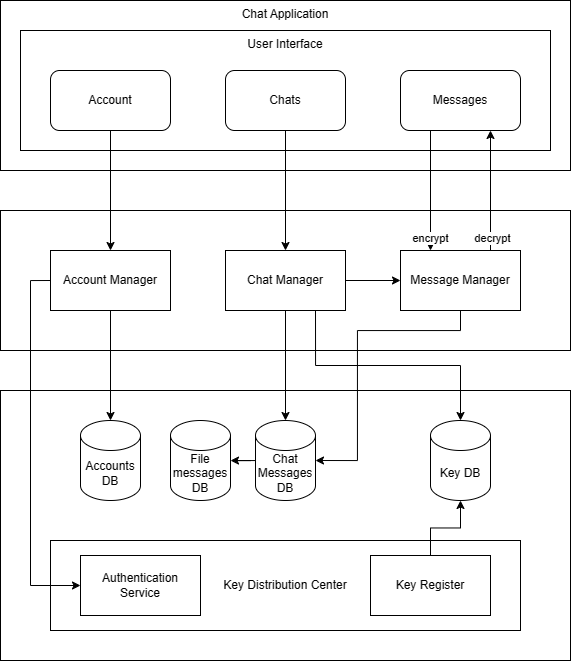
Earlier version of the draw.io export D2/architecture_diagram.drawio.png (SumanyaG/3A04). Source tidied: cells renumbered, new cells last; positions are measured from the earlier drawing's top-left corner, leaving out a move shared by most shapes. The source it was exported from:
```xml
<mxGraphModel>
  <root>
    <mxCell id="0" />
    <mxCell id="1" parent="0" />
    <mxCell id="2" style="rounded=0;whiteSpace=wrap;html=1;" parent="1" vertex="1">
      <mxGeometry y="390" width="570" height="270" as="geometry" />
    </mxCell>
    <mxCell id="3" value="Key Distribution Center" style="rounded=0;whiteSpace=wrap;html=1;" parent="1" vertex="1">
      <mxGeometry x="50" y="540" width="470" height="90" as="geometry" />
    </mxCell>
    <mxCell id="4" value="Chat Application" style="rounded=0;whiteSpace=wrap;html=1;verticalAlign=top;" parent="1" vertex="1">
      <mxGeometry width="570" height="170" as="geometry" />
    </mxCell>
    <mxCell id="5" style="rounded=0;whiteSpace=wrap;html=1;" parent="1" vertex="1">
      <mxGeometry y="210" width="570" height="140" as="geometry" />
    </mxCell>
    <mxCell id="6" style="edgeStyle=orthogonalEdgeStyle;rounded=0;jettySize=auto;html=1;" parent="1" edge="1" source="8" target="13">
      <mxGeometry relative="1" as="geometry" />
    </mxCell>
    <mxCell id="7" style="edgeStyle=orthogonalEdgeStyle;rounded=0;jettySize=auto;html=1;exitX=0;exitY=0.5;exitDx=0;exitDy=0;entryX=0;entryY=0.5;entryDx=0;entryDy=0;" parent="1" edge="1" source="8" target="17">
      <mxGeometry relative="1" as="geometry" />
    </mxCell>
    <mxCell id="8" value="Account Manager" style="rounded=0;whiteSpace=wrap;html=1;" parent="1" vertex="1">
      <mxGeometry x="50" y="250" width="120" height="60" as="geometry" />
    </mxCell>
    <mxCell id="9" style="edgeStyle=orthogonalEdgeStyle;rounded=0;jettySize=auto;html=1;" parent="1" edge="1" source="12" target="15">
      <mxGeometry relative="1" as="geometry">
        <Array as="points">
          <mxPoint x="290" y="485" />
          <mxPoint x="285" y="485" />
        </Array>
      </mxGeometry>
    </mxCell>
    <mxCell id="10" style="edgeStyle=orthogonalEdgeStyle;rounded=0;jettySize=auto;html=1;exitX=0.75;exitY=1;exitDx=0;exitDy=0;" parent="1" edge="1" source="12" target="16">
      <mxGeometry relative="1" as="geometry" />
    </mxCell>
    <mxCell id="11" style="edgeStyle=orthogonalEdgeStyle;rounded=0;jettySize=auto;html=1;" parent="1" edge="1" source="12" target="23">
      <mxGeometry relative="1" as="geometry" />
    </mxCell>
    <mxCell id="12" value="Chat Manager" style="rounded=0;whiteSpace=wrap;html=1;" parent="1" vertex="1">
      <mxGeometry x="225" y="250" width="120" height="60" as="geometry" />
    </mxCell>
    <mxCell id="13" value="Accounts DB" style="shape=cylinder3;whiteSpace=wrap;html=1;boundedLbl=1;backgroundOutline=1;size=15;" parent="1" vertex="1">
      <mxGeometry x="80" y="420" width="60" height="80" as="geometry" />
    </mxCell>
    <mxCell id="14" style="edgeStyle=orthogonalEdgeStyle;rounded=0;jettySize=auto;html=1;" parent="1" edge="1" source="15" target="32">
      <mxGeometry relative="1" as="geometry" />
    </mxCell>
    <mxCell id="15" value="Chat Messages DB" style="shape=cylinder3;whiteSpace=wrap;html=1;boundedLbl=1;backgroundOutline=1;size=15;" parent="1" vertex="1">
      <mxGeometry x="255" y="420" width="60" height="80" as="geometry" />
    </mxCell>
    <mxCell id="16" value="Key DB" style="shape=cylinder3;whiteSpace=wrap;html=1;boundedLbl=1;backgroundOutline=1;size=15;" parent="1" vertex="1">
      <mxGeometry x="430" y="420" width="60" height="80" as="geometry" />
    </mxCell>
    <mxCell id="17" value="Authentication Service" style="rounded=0;whiteSpace=wrap;html=1;" parent="1" vertex="1">
      <mxGeometry x="80" y="555" width="120" height="60" as="geometry" />
    </mxCell>
    <mxCell id="18" style="edgeStyle=orthogonalEdgeStyle;rounded=0;jettySize=auto;html=1;" parent="1" edge="1" source="19" target="16">
      <mxGeometry relative="1" as="geometry" />
    </mxCell>
    <mxCell id="19" value="Key Register" style="rounded=0;whiteSpace=wrap;html=1;" parent="1" vertex="1">
      <mxGeometry x="370" y="555" width="120" height="60" as="geometry" />
    </mxCell>
    <mxCell id="20" value="User Interface" style="rounded=0;whiteSpace=wrap;html=1;verticalAlign=top;" parent="1" vertex="1">
      <mxGeometry x="20" y="30" width="530" height="120" as="geometry" />
    </mxCell>
    <mxCell id="21" style="edgeStyle=orthogonalEdgeStyle;rounded=0;jettySize=auto;html=1;exitX=0.75;exitY=0;exitDx=0;exitDy=0;entryX=0.75;entryY=1;entryDx=0;entryDy=0;" parent="1" edge="1" source="23" target="26">
      <mxGeometry relative="1" as="geometry" />
    </mxCell>
    <mxCell id="22" value="decrypt" style="edgeLabel;html=1;align=center;verticalAlign=middle;" parent="21" vertex="1">
      <mxGeometry x="-0.78" y="-1" relative="1" as="geometry" />
    </mxCell>
    <mxCell id="23" value="Message Manager" style="rounded=0;whiteSpace=wrap;html=1;" parent="1" vertex="1">
      <mxGeometry x="400" y="250" width="120" height="60" as="geometry" />
    </mxCell>
    <mxCell id="24" style="edgeStyle=orthogonalEdgeStyle;rounded=0;jettySize=auto;html=1;exitX=0.25;exitY=1;exitDx=0;exitDy=0;entryX=0.25;entryY=0;entryDx=0;entryDy=0;" parent="1" edge="1" source="26" target="23">
      <mxGeometry relative="1" as="geometry" />
    </mxCell>
    <mxCell id="25" value="encrypt" style="edgeLabel;html=1;align=center;verticalAlign=middle;" parent="24" vertex="1">
      <mxGeometry x="0.78" y="-1" relative="1" as="geometry" />
    </mxCell>
    <mxCell id="26" value="Messages" style="rounded=1;whiteSpace=wrap;html=1;" parent="1" vertex="1">
      <mxGeometry x="400" y="70" width="120" height="60" as="geometry" />
    </mxCell>
    <mxCell id="27" style="edgeStyle=orthogonalEdgeStyle;rounded=0;jettySize=auto;html=1;exitX=0.5;exitY=1;exitDx=0;exitDy=0;entryX=0.5;entryY=0;entryDx=0;entryDy=0;" parent="1" edge="1" source="28" target="12">
      <mxGeometry relative="1" as="geometry" />
    </mxCell>
    <mxCell id="28" value="Chats" style="rounded=1;whiteSpace=wrap;html=1;" parent="1" vertex="1">
      <mxGeometry x="225" y="70" width="120" height="60" as="geometry" />
    </mxCell>
    <mxCell id="29" style="edgeStyle=orthogonalEdgeStyle;rounded=0;jettySize=auto;html=1;" parent="1" edge="1" source="30" target="8">
      <mxGeometry relative="1" as="geometry" />
    </mxCell>
    <mxCell id="30" value="Account" style="rounded=1;whiteSpace=wrap;html=1;" parent="1" vertex="1">
      <mxGeometry x="50" y="70" width="120" height="60" as="geometry" />
    </mxCell>
    <mxCell id="31" style="edgeStyle=orthogonalEdgeStyle;rounded=0;jettySize=auto;html=1;entryX=1;entryY=0.5;entryDx=0;entryDy=0;entryPerimeter=0;" parent="1" edge="1" source="23" target="15">
      <mxGeometry relative="1" as="geometry">
        <Array as="points">
          <mxPoint x="460" y="330" />
          <mxPoint x="357" y="330" />
          <mxPoint x="357" y="460" />
        </Array>
      </mxGeometry>
    </mxCell>
    <mxCell id="32" value="File messages DB" style="shape=cylinder3;whiteSpace=wrap;html=1;boundedLbl=1;backgroundOutline=1;size=15;" parent="1" vertex="1">
      <mxGeometry x="170" y="420" width="60" height="80" as="geometry" />
    </mxCell>
  </root>
</mxGraphModel>
```
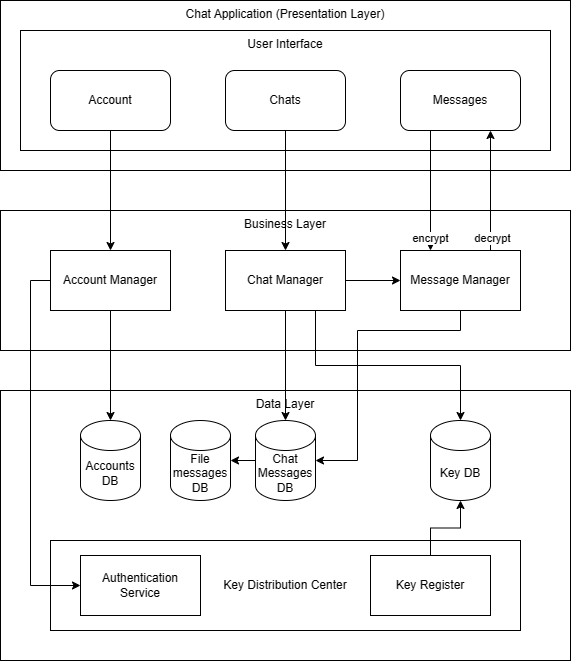
After the commit.

What changed in the source:
```diff
@@ -2,16 +2,16 @@
   <root>
     <mxCell id="0" />
     <mxCell id="1" parent="0" />
-    <mxCell id="2" style="rounded=0;whiteSpace=wrap;html=1;" parent="1" vertex="1">
+    <mxCell id="2" value="Data Layer" style="rounded=0;whiteSpace=wrap;html=1;verticalAlign=top;" parent="1" vertex="1">
       <mxGeometry y="390" width="570" height="270" as="geometry" />
     </mxCell>
     <mxCell id="3" value="Key Distribution Center" style="rounded=0;whiteSpace=wrap;html=1;" parent="1" vertex="1">
       <mxGeometry x="50" y="540" width="470" height="90" as="geometry" />
     </mxCell>
-    <mxCell id="4" value="Chat Application" style="rounded=0;whiteSpace=wrap;html=1;verticalAlign=top;" parent="1" vertex="1">
+    <mxCell id="4" value="Chat Application (Presentation Layer)&lt;div&gt;&lt;br&gt;&lt;/div&gt;" style="rounded=0;whiteSpace=wrap;html=1;verticalAlign=top;" parent="1" vertex="1">
       <mxGeometry width="570" height="170" as="geometry" />
     </mxCell>
-    <mxCell id="5" style="rounded=0;whiteSpace=wrap;html=1;" parent="1" vertex="1">
+    <mxCell id="5" value="Business Layer" style="rounded=0;whiteSpace=wrap;html=1;verticalAlign=top;" parent="1" vertex="1">
       <mxGeometry y="210" width="570" height="140" as="geometry" />
     </mxCell>
     <mxCell id="6" style="edgeStyle=orthogonalEdgeStyle;rounded=0;jettySize=auto;html=1;" parent="1" edge="1" source="8" target="13">
```
